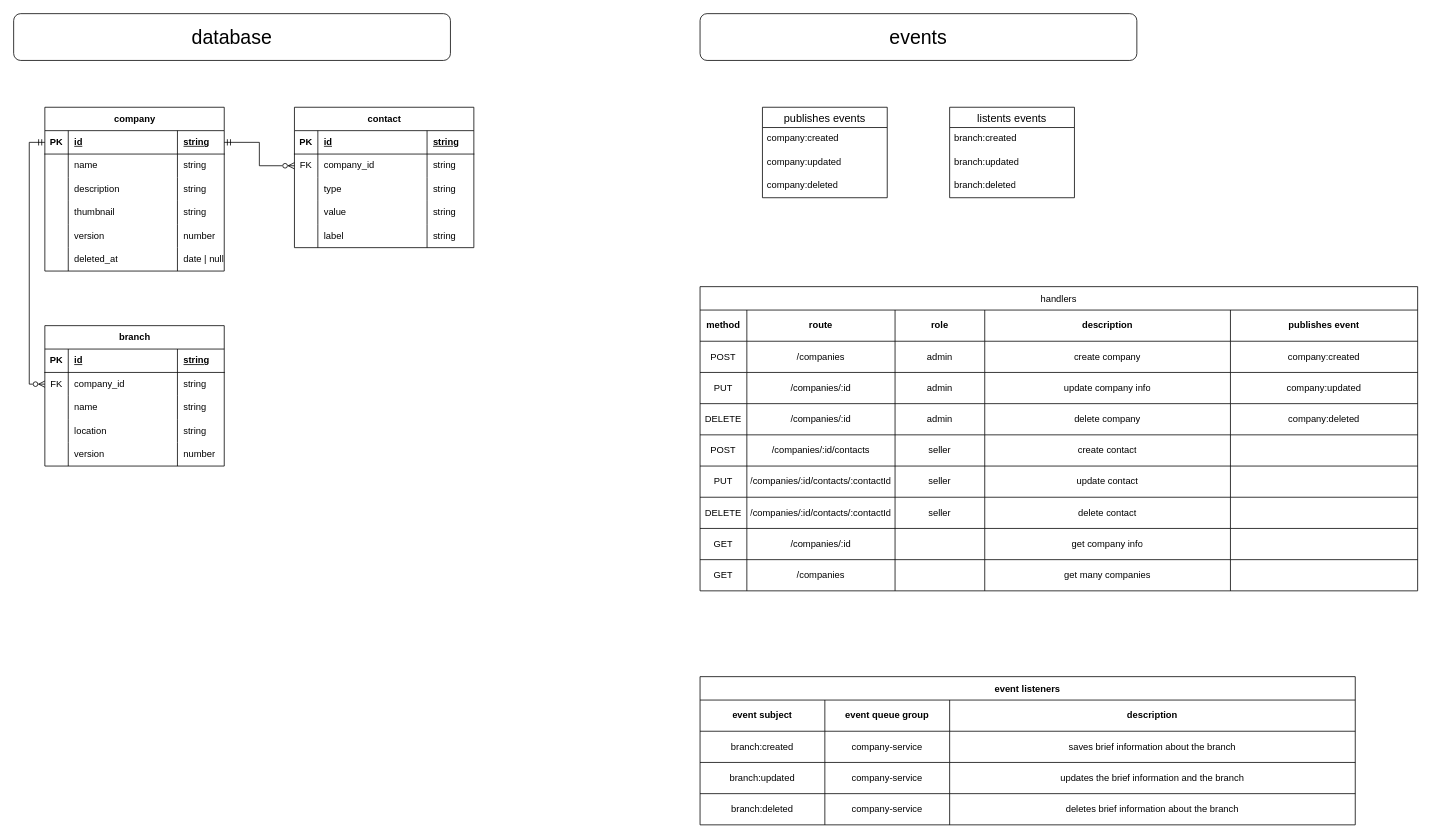
This is page "company" (6 of 11) of app.drawio from ernurQ/eat-web-diagrams, a draw.io file, before an edit. Source tidied: cells renumbered, new cells numbered last; positions are measured from the earlier drawing's top-left corner, leaving out a move shared by most shapes. Both pictures are drawn from the tidied source at 78%, with x=0, y=0 at pixel (13, 13).
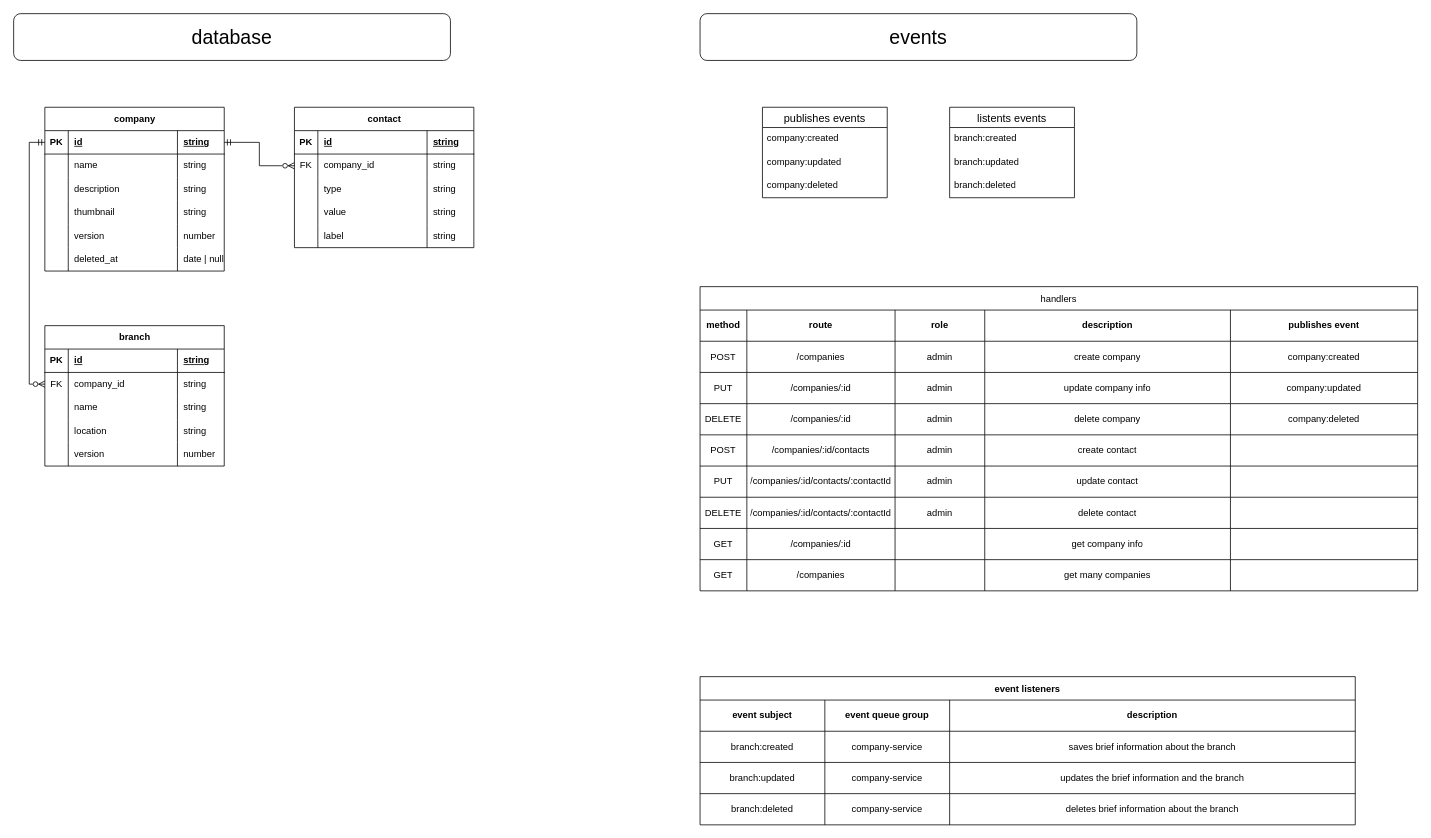
The same page after the edit.

Unchanged cells that the change refers to:
```xml
<mxCell id="84" style="shape=tableRow;horizontal=0;startSize=0;swimlaneHead=0;swimlaneBody=0;strokeColor=inherit;top=0;left=0;bottom=0;right=0;fillColor=none;fontSize=12;" parent="59" vertex="1">
  <mxGeometry y="190" width="920" height="40" as="geometry" />
</mxCell>
<mxCell id="90" style="shape=tableRow;horizontal=0;startSize=0;swimlaneHead=0;swimlaneBody=0;strokeColor=inherit;top=0;left=0;bottom=0;right=0;fillColor=none;fontSize=12;" parent="59" vertex="1">
  <mxGeometry y="230" width="920" height="40" as="geometry" />
</mxCell>
<mxCell id="96" style="shape=tableRow;horizontal=0;startSize=0;swimlaneHead=0;swimlaneBody=0;strokeColor=inherit;top=0;left=0;bottom=0;right=0;fillColor=none;fontSize=12;" parent="59" vertex="1">
  <mxGeometry y="270" width="920" height="40" as="geometry" />
</mxCell>
```

The edit, as a diff of the source:
```diff
@@
-    <mxCell id="87" value="seller" style="shape=partialRectangle;html=1;whiteSpace=wrap;strokeColor=inherit;overflow=hidden;fillColor=none;top=0;left=0;bottom=0;right=0;fontSize=12;" parent="84" vertex="1">
+    <mxCell id="87" value="admin" style="shape=partialRectangle;html=1;whiteSpace=wrap;strokeColor=inherit;overflow=hidden;fillColor=none;top=0;left=0;bottom=0;right=0;fontSize=12;" parent="84" vertex="1">
       <mxGeometry x="250" width="115" height="40" as="geometry" />
     </mxCell>
@@
-    <mxCell id="93" value="seller" style="shape=partialRectangle;html=1;whiteSpace=wrap;strokeColor=inherit;overflow=hidden;fillColor=none;top=0;left=0;bottom=0;right=0;fontSize=12;" parent="90" vertex="1">
+    <mxCell id="93" value="admin" style="shape=partialRectangle;html=1;whiteSpace=wrap;strokeColor=inherit;overflow=hidden;fillColor=none;top=0;left=0;bottom=0;right=0;fontSize=12;" parent="90" vertex="1">
       <mxGeometry x="250" width="115" height="40" as="geometry" />
     </mxCell>
@@
-    <mxCell id="99" value="seller" style="shape=partialRectangle;html=1;whiteSpace=wrap;strokeColor=inherit;overflow=hidden;fillColor=none;top=0;left=0;bottom=0;right=0;fontSize=12;" parent="96" vertex="1">
+    <mxCell id="99" value="admin" style="shape=partialRectangle;html=1;whiteSpace=wrap;strokeColor=inherit;overflow=hidden;fillColor=none;top=0;left=0;bottom=0;right=0;fontSize=12;" parent="96" vertex="1">
       <mxGeometry x="250" width="115" height="40" as="geometry" />
     </mxCell>
```
